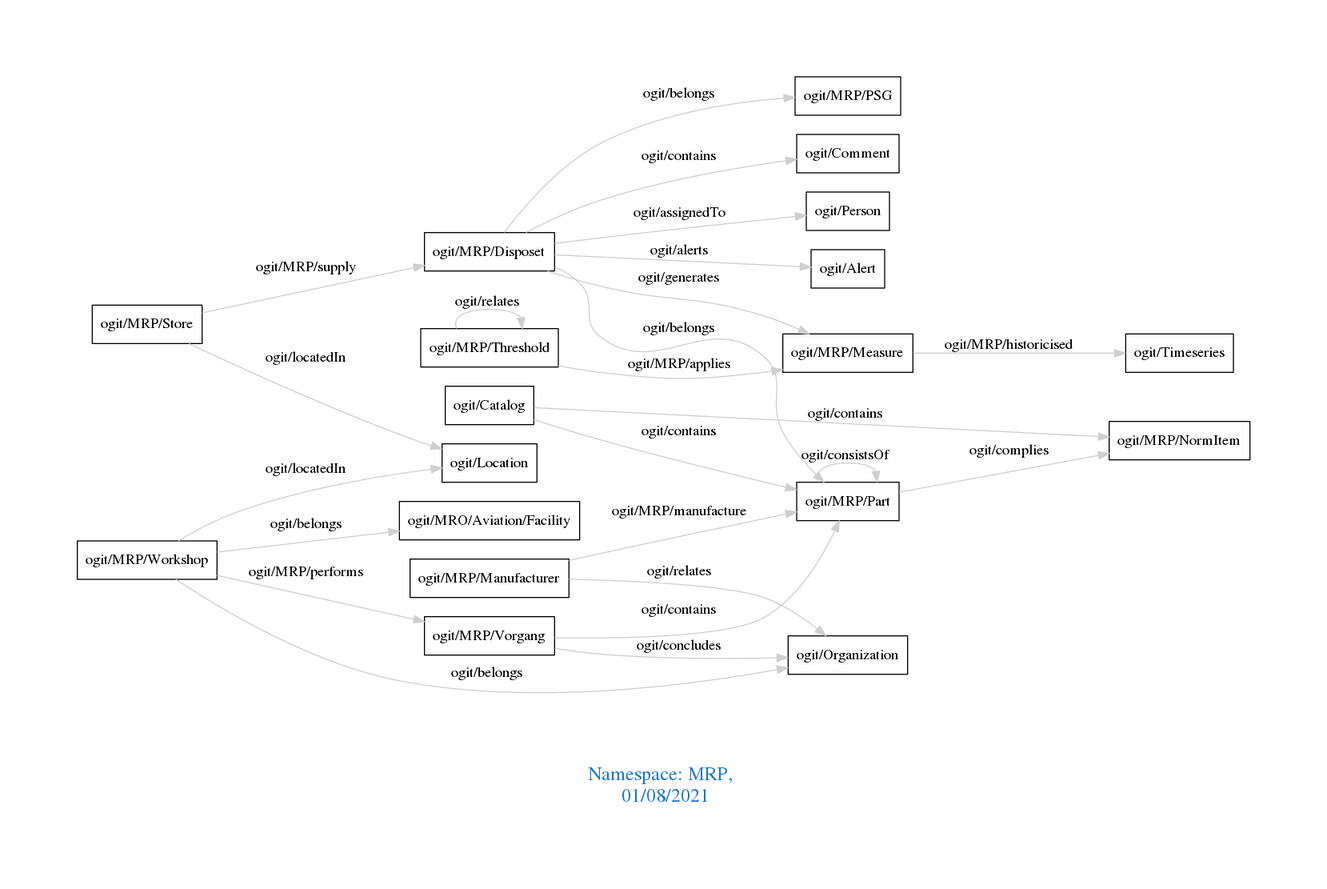
The Graphviz diagram downloads/MRP.png in arago/OGIT, before a commit. Its source is kept beside it as downloads/MRP.dot.
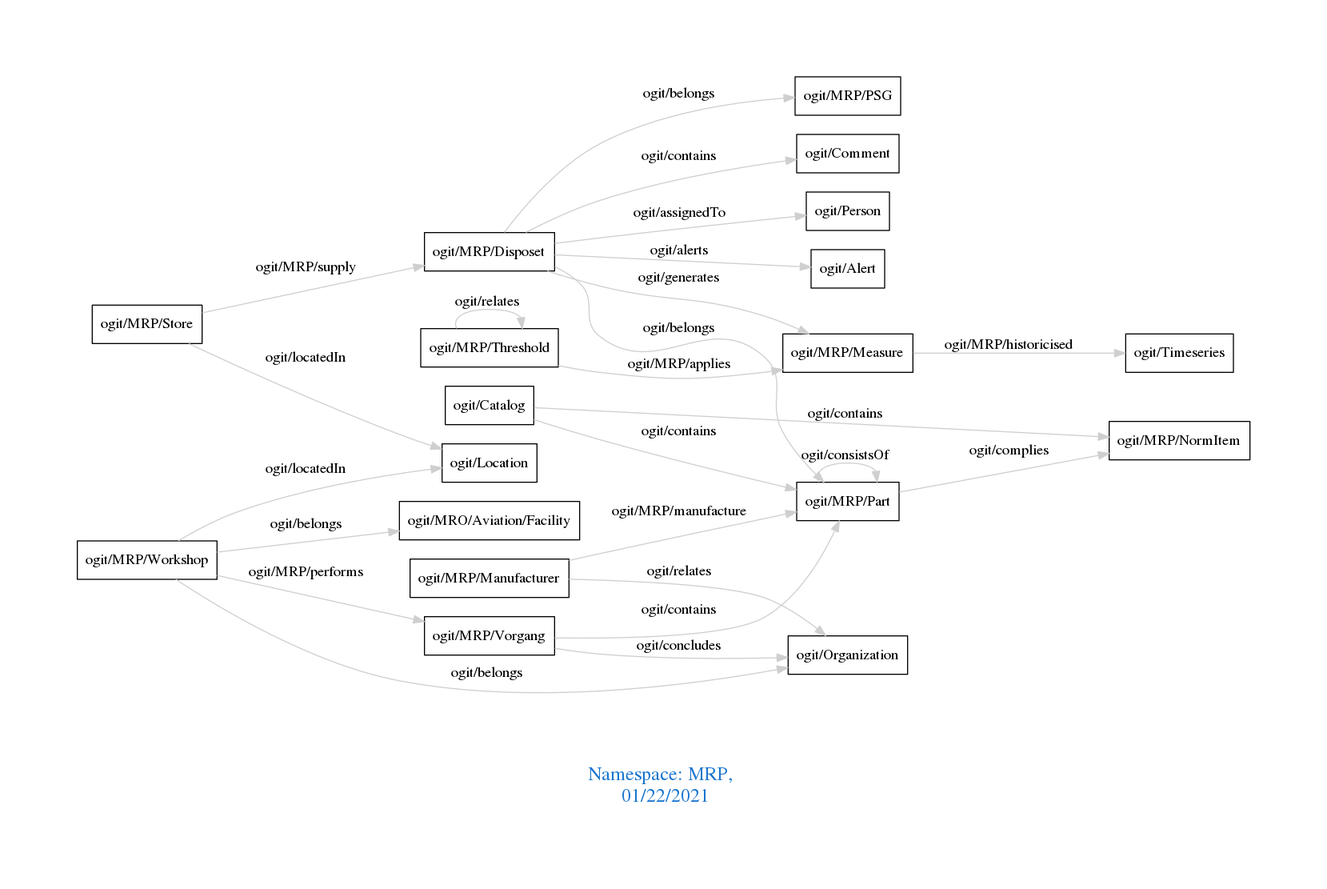
The same file after the commit.

What changed in the source:
```diff
@@ -1,7 +1,7 @@
 digraph OGIT_ontology {
  graph [ rankdir= LR,pad=1
 fontsize = 18,
-fontcolor= dodgerblue3,label = "\n\n\nNamespace: MRP, \n 01/08/2021"];
+fontcolor= dodgerblue3,label = "\n\n\nNamespace: MRP, \n 01/22/2021"];
 node[shape=polygon];
 edge [  color="gray81"];
 
```
